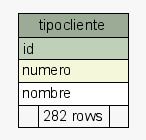
Earlier version of the Graphviz export postgresql/schemaSpy/salida/diagrams/summary/tipocliente.1degree.png (diegopablomansilla/massoftware_front). Its source is kept beside it as postgresql/schemaSpy/salida/diagrams/summary/tipocliente.1degree.dot.
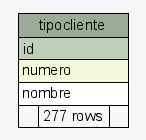
After the commit.

The edit, as a diff of the source:
```diff
@@ -22,7 +22,7 @@
       <TR><TD PORT="id" COLSPAN="3" BGCOLOR="#bed1b8" ALIGN="LEFT">id</TD></TR>
       <TR><TD PORT="numero" COLSPAN="3" BGCOLOR="#f4f7da" ALIGN="LEFT">numero</TD></TR>
       <TR><TD PORT="nombre" COLSPAN="3" ALIGN="LEFT">nombre</TD></TR>
-      <TR><TD ALIGN="LEFT" BGCOLOR="#f7f7f7">  </TD><TD ALIGN="RIGHT" BGCOLOR="#f7f7f7">282 rows</TD><TD ALIGN="RIGHT" BGCOLOR="#f7f7f7">  </TD></TR>
+      <TR><TD ALIGN="LEFT" BGCOLOR="#f7f7f7">  </TD><TD ALIGN="RIGHT" BGCOLOR="#f7f7f7">277 rows</TD><TD ALIGN="RIGHT" BGCOLOR="#f7f7f7">  </TD></TR>
     </TABLE>>
     URL="tables/tipocliente.html"
     tooltip="tipocliente"
```
